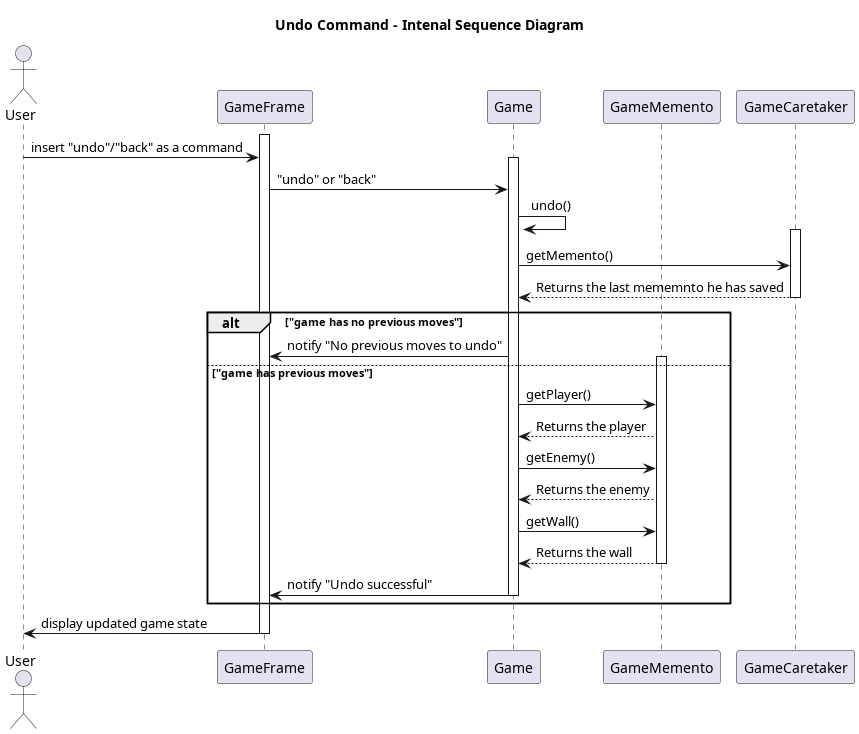
nardib/TextAdventure keeps this PlantUML diagram as docs/uml/UndoInternalSequenceDiagram.png. Above is the earlier version.
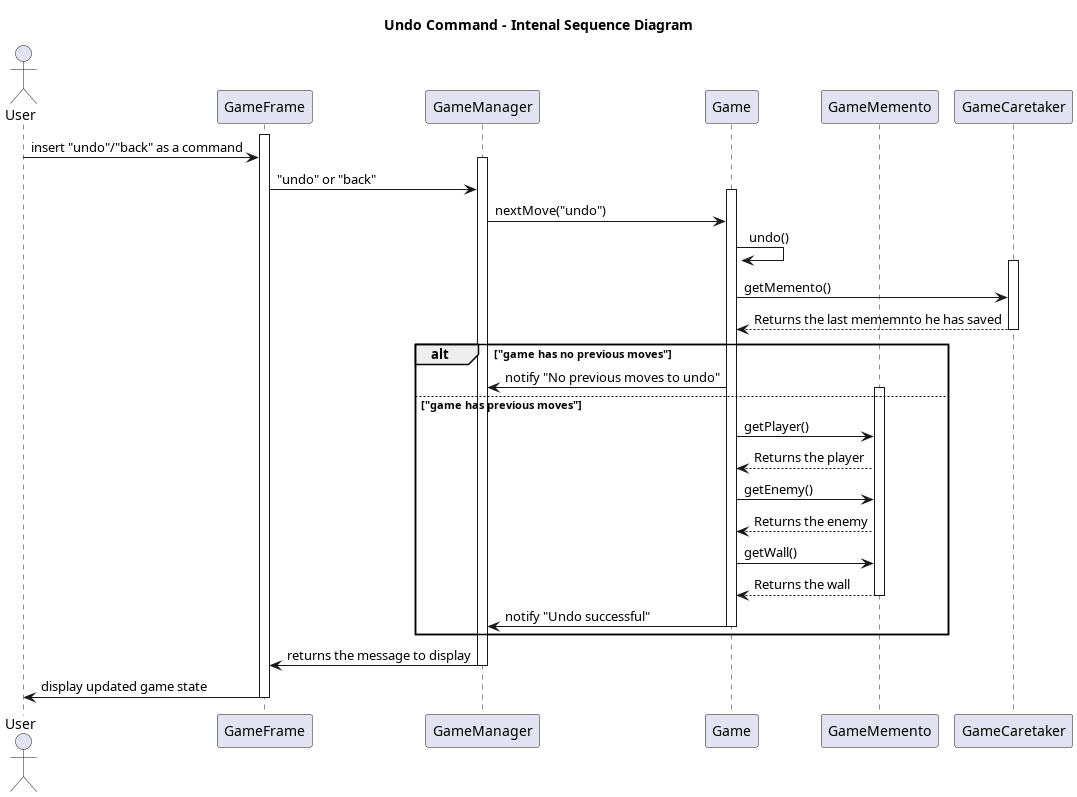
After the commit.

Change to the diagram source:
```diff
@@ -1,9 +1,10 @@
-@startuml Undo
+@startuml UndoInternalSequenceDiagram
 
 title Undo Command - Intenal Sequence Diagram
 
 actor User
 participant GameFrame
+participant GameManager
 participant Game
 participant GameMemento
 participant GameCaretaker
@@ -11,8 +12,11 @@
 activate GameFrame
 User -> GameFrame : insert "undo"/"back" as a command
 
+activate GameManager
+GameFrame -> GameManager : "undo" or "back"
+
 activate Game
-GameFrame -> Game : "undo" or "back"
+GameManager -> Game : nextMove("undo")
 
 Game -> Game : undo()
 activate GameCaretaker
@@ -21,7 +25,7 @@
 deactivate GameCaretaker
 
 alt "game has no previous moves"
-    Game -> GameFrame : notify "No previous moves to undo"
+    Game -> GameManager : notify "No previous moves to undo"
 else "game has previous moves"
     activate GameMemento
     Game -> GameMemento : getPlayer()
@@ -32,9 +36,12 @@
     GameMemento --> Game : Returns the wall
     deactivate GameMemento
 
-    Game -> GameFrame : notify "Undo successful"
-deactivate Game
+    Game -> GameManager : notify "Undo successful"
+    deactivate Game
 end
+
+GameManager -> GameFrame : returns the message to display
+deactivate GameManager
 
 GameFrame -> User : display updated game state
 
```
